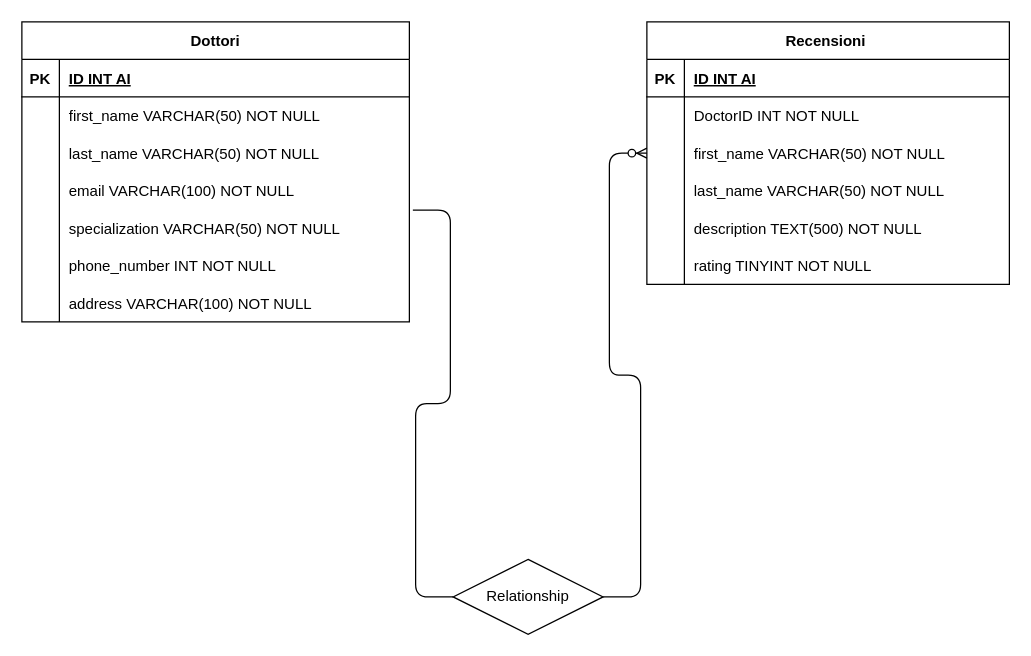
This is BackEnd/db.drawio from danielaconceicao/BDoctors, a draw.io file, before an edit. Source tidied: cells renumbered, new cells numbered last; positions are measured from the earlier drawing's top-left corner, leaving out a move shared by most shapes. Both pictures are drawn from the tidied source at 125%, with x=0, y=0 at pixel (21, 21).
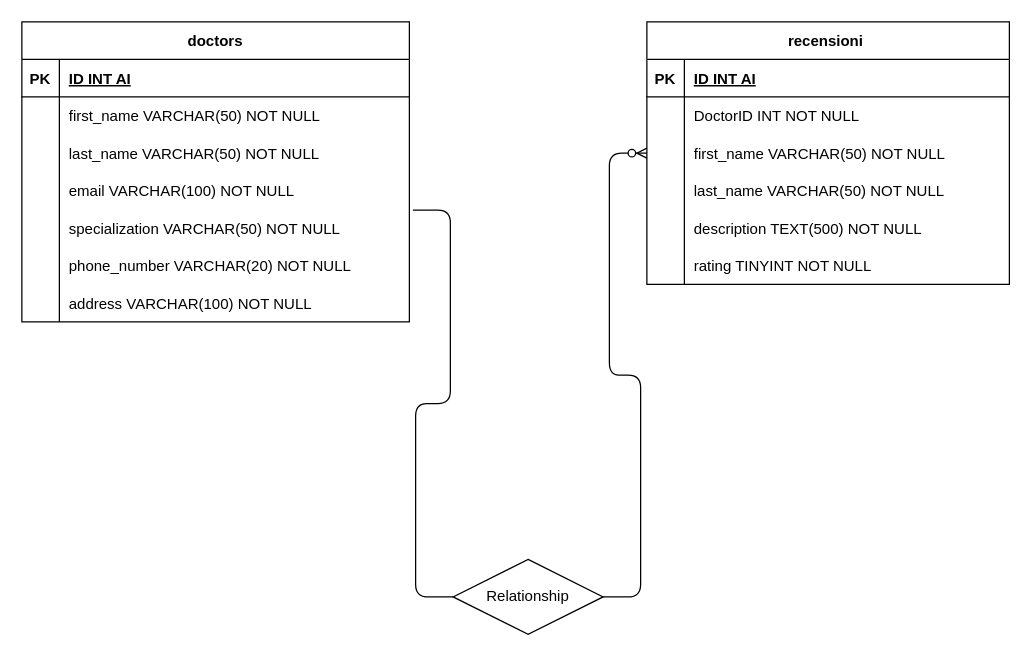
After the change.

The change refers to these unchanged cells:
```xml
<mxCell id="18" style="shape=tableRow;horizontal=0;startSize=0;swimlaneHead=0;swimlaneBody=0;fillColor=none;top=0;left=0;right=0;bottom=0;" parent="2" vertex="1">
  <mxGeometry y="180" width="310" height="30" as="geometry" />
</mxCell>
```

Diff of the diagram source:
```diff
@@
-    <mxCell id="2" value="Dottori" style="shape=table;startSize=30;childLayout=tableLayout;rowLines=0;fontStyle=1;align=center;" parent="1" vertex="1">
+    <mxCell id="2" value="doctors" style="shape=table;startSize=30;childLayout=tableLayout;rowLines=0;fontStyle=1;align=center;" parent="1" vertex="1">
       <mxGeometry width="310" height="240" as="geometry" />
     </mxCell>
@@
-    <mxCell id="20" value="phone_number INT NOT NULL " style="shape=partialRectangle;fillColor=none;top=0;left=0;bottom=0;right=0;align=left;spacingLeft=6;overflow=hidden;" parent="18" vertex="1">
+    <mxCell id="20" value="phone_number VARCHAR(20) NOT NULL " style="shape=partialRectangle;fillColor=none;top=0;left=0;bottom=0;right=0;align=left;spacingLeft=6;overflow=hidden;" parent="18" vertex="1">
       <mxGeometry x="30" width="280" height="30" as="geometry" />
     </mxCell>
@@
-    <mxCell id="24" value="Recensioni " style="shape=table;startSize=30;childLayout=tableLayout;rowLines=0;fontStyle=1;align=center;" parent="1" vertex="1">
+    <mxCell id="24" value="recensioni " style="shape=table;startSize=30;childLayout=tableLayout;rowLines=0;fontStyle=1;align=center;" parent="1" vertex="1">
       <mxGeometry x="500" width="290" height="210" as="geometry" />
     </mxCell>
```
